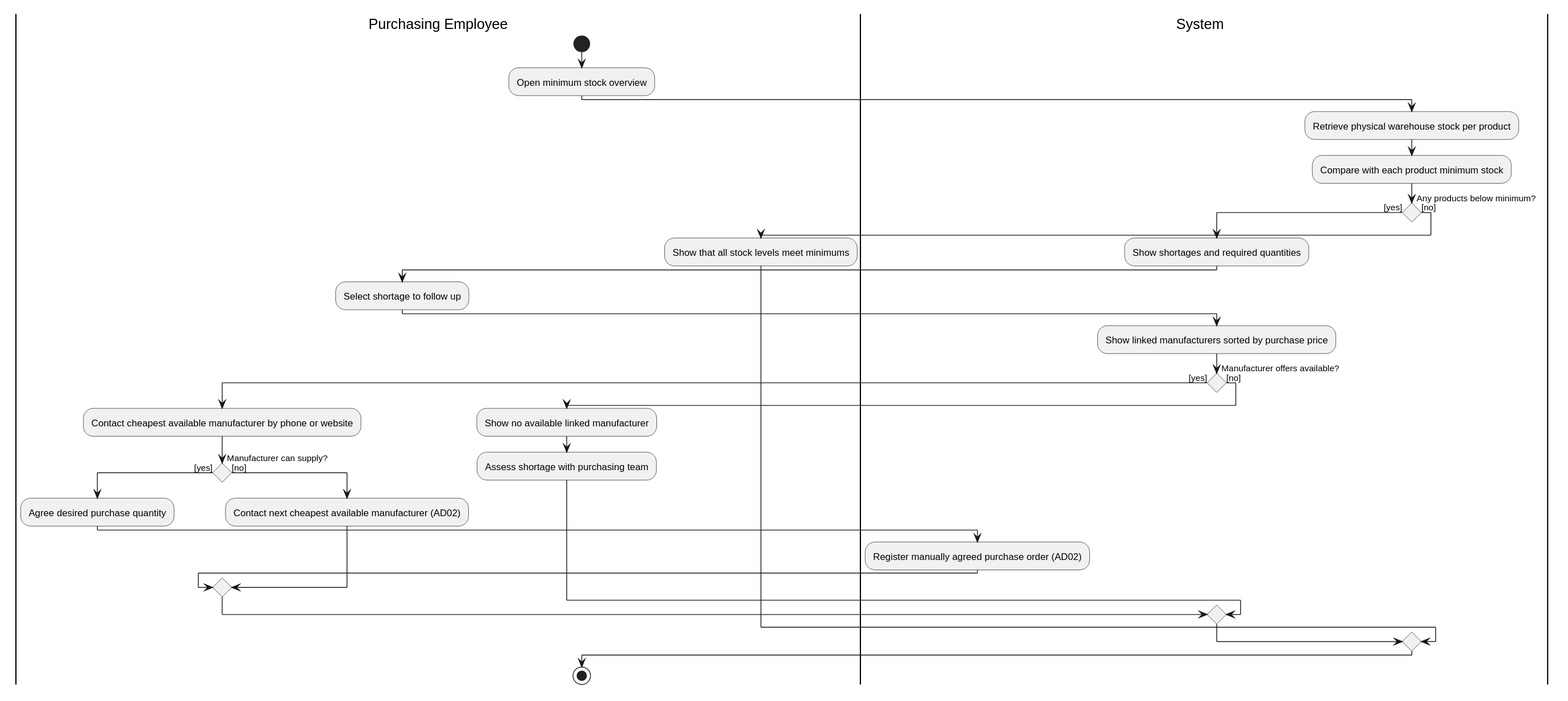
Above: Documentation/Architecture/uml/export/activity_diagrams/AD03_View_minimum_stock.svg in ViktorQorri/Project-Timaflu (PlantUML), before the change.
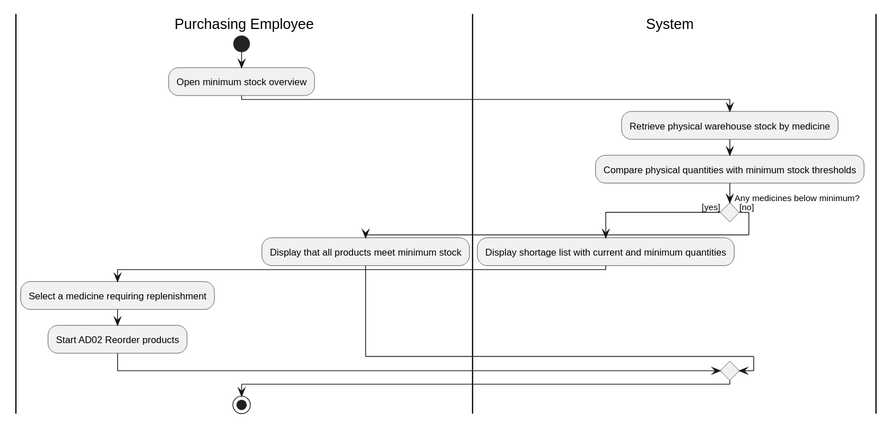
Later version of the same file.

Commit message:
Keep stock threshold activity separate from purchasing loop

What changed in the source:
```diff
@@ -7,32 +7,15 @@
 start
 :Open minimum stock overview;
 |System|
-:Retrieve physical warehouse stock per product;
-:Compare with each product minimum stock;
-if (Any products below minimum?) then ([yes])
-  :Show shortages and required quantities;
+:Retrieve physical warehouse stock by medicine;
+:Compare physical quantities with minimum stock thresholds;
+if (Any medicines below minimum?) then ([yes])
+  :Display shortage list with current and minimum quantities;
   |Purchasing Employee|
-  :Select shortage to follow up;
-  |System|
-  :Show linked manufacturers sorted by purchase price;
-  if (Manufacturer offers available?) then ([yes])
-    |Purchasing Employee|
-    :Contact cheapest available manufacturer by phone or website;
-    if (Manufacturer can supply?) then ([yes])
-      :Agree desired purchase quantity;
-      |System|
-      :Register manually agreed purchase order (AD02);
-    else ([no])
-      |Purchasing Employee|
-      :Contact next cheapest available manufacturer (AD02);
-    endif
-  else ([no])
-    :Show no available linked manufacturer;
-    |Purchasing Employee|
-    :Assess shortage with purchasing team;
-  endif
+  :Select a medicine requiring replenishment;
+  :Start AD02 Reorder products;
 else ([no])
-  :Show that all stock levels meet minimums;
+  :Display that all products meet minimum stock;
 endif
 stop
 @enduml
```
